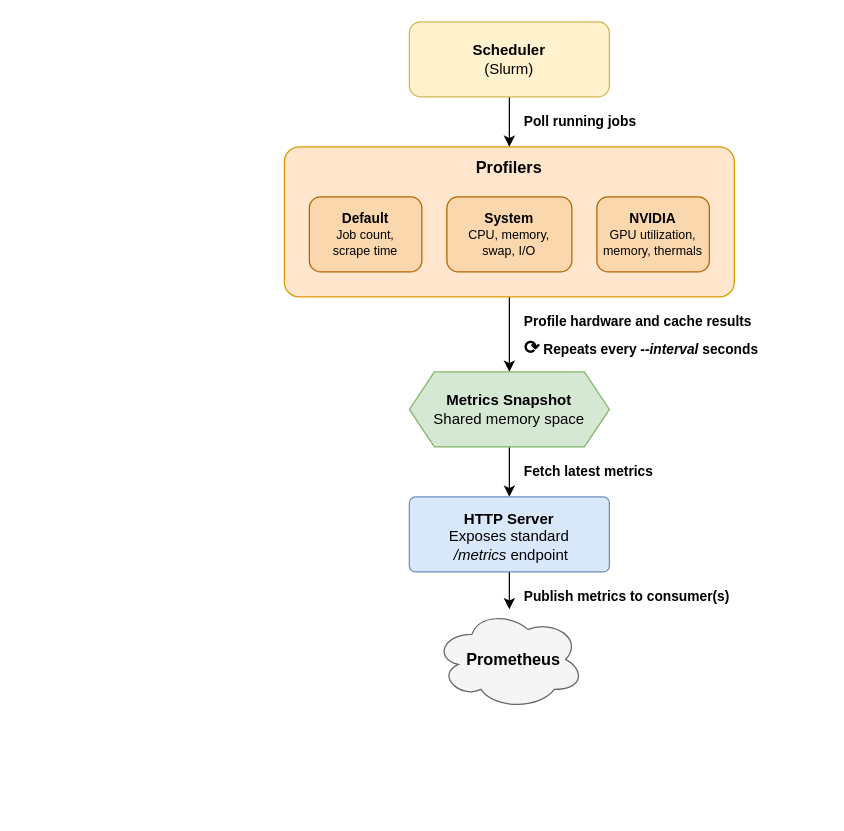
Above: assets/architecture.drawio in Better-HPC/hpc-node-exporter (draw.io), before the change. Source tidied: cells renumbered, new cells numbered last; positions are measured from the earlier drawing's top-left corner, leaving out a move shared by most shapes. Both pictures are drawn from the tidied source at 125%, with x=0, y=0 at pixel (284, 21).
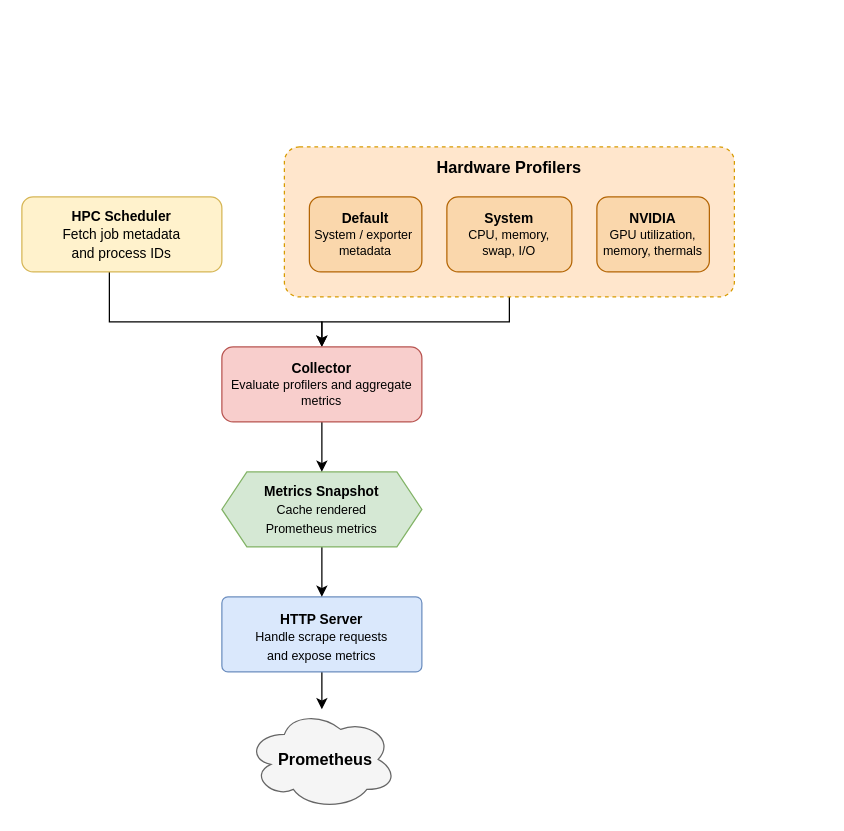
Above is the later version.

Change to the diagram source:
```diff
@@
 <mxGraphModel>
   <root>
     <mxCell id="0" />
     <mxCell id="1" parent="0" />
-    <mxCell id="2" style="edgeStyle=orthogonalEdgeStyle;rounded=0;jettySize=auto;html=1;" parent="1" edge="1" source="3" target="10">
-      <mxGeometry relative="1" as="geometry" />
-    </mxCell>
+    <mxCell id="19" style="edgeStyle=orthogonalEdgeStyle;rounded=0;jettySize=auto;html=1;" parent="1" edge="1" source="3" target="23">
+      <mxGeometry relative="1" as="geometry">
+        <Array as="points">
+          <mxPoint x="180" y="240" />
+          <mxPoint x="30" y="240" />
+        </Array>
+      </mxGeometry>
+    </mxCell>
-    <mxCell id="3" value="Profilers" style="rounded=1;whiteSpace=wrap;html=1;verticalAlign=top;fontStyle=1;fontSize=13;fillColor=#ffe6cc;strokeColor=#d79b00;arcSize=10;spacingTop=2;" parent="1" vertex="1">
+    <mxCell id="3" value="Hardware Profilers" style="rounded=1;whiteSpace=wrap;html=1;verticalAlign=top;fontStyle=1;fontSize=13;fillColor=#ffe6cc;strokeColor=#d79b00;arcSize=10;spacingTop=2;dashed=1;fillStyle=auto;" parent="1" vertex="1">
       <mxGeometry y="100" width="360" height="120" as="geometry" />
     </mxCell>
-    <mxCell id="4" value="&lt;b&gt;Default&lt;/b&gt;&lt;br&gt;&lt;font style=&quot;font-size:10px&quot;&gt;Job count,&lt;br&gt;scrape time&lt;/font&gt;" style="rounded=1;whiteSpace=wrap;html=1;fillColor=#fad7ac;strokeColor=#b46504;fontSize=11;" parent="1" vertex="1">
+    <mxCell id="4" value="&lt;b&gt;Default&lt;/b&gt;&lt;br&gt;&lt;div&gt;&lt;font style=&quot;font-size:10px&quot;&gt;System / exporter&amp;nbsp;&lt;/font&gt;&lt;/div&gt;&lt;div&gt;&lt;font style=&quot;font-size:10px&quot;&gt;metadata&lt;/font&gt;&lt;/div&gt;" style="rounded=1;whiteSpace=wrap;html=1;fillColor=#fad7ac;strokeColor=#b46504;fontSize=11;" parent="1" vertex="1">
       <mxGeometry x="20" y="140" width="90" height="60" as="geometry" />
     </mxCell>
     <mxCell id="5" value="&lt;b&gt;System&lt;/b&gt;&lt;br&gt;&lt;font style=&quot;font-size:10px&quot;&gt;CPU, memory,&lt;br&gt;swap, I/O&lt;/font&gt;" style="rounded=1;whiteSpace=wrap;html=1;fillColor=#fad7ac;strokeColor=#b46504;fontSize=11;" parent="1" vertex="1">
       <mxGeometry x="130" y="140" width="100" height="60" as="geometry" />
     </mxCell>
     <mxCell id="6" value="&lt;b&gt;NVIDIA&lt;/b&gt;&lt;br&gt;&lt;font style=&quot;font-size:10px&quot;&gt;GPU utilization,&lt;br&gt;memory, thermals&lt;/font&gt;" style="rounded=1;whiteSpace=wrap;html=1;fillColor=#fad7ac;strokeColor=#b46504;fontSize=11;" parent="1" vertex="1">
       <mxGeometry x="250" y="140" width="90" height="60" as="geometry" />
     </mxCell>
-    <mxCell id="7" style="edgeStyle=orthogonalEdgeStyle;rounded=0;jettySize=auto;html=1;" parent="1" edge="1" source="8" target="3">
-      <mxGeometry relative="1" as="geometry" />
+    <mxCell id="7" style="edgeStyle=orthogonalEdgeStyle;rounded=0;jettySize=auto;html=1;" parent="1" edge="1" source="8" target="23">
+      <mxGeometry relative="1" as="geometry">
+        <Array as="points">
+          <mxPoint x="-140" y="240" />
+          <mxPoint x="30" y="240" />
+        </Array>
+      </mxGeometry>
     </mxCell>
-    <mxCell id="8" value="&lt;b&gt;Scheduler&lt;/b&gt;&lt;br&gt;(Slurm)" style="rounded=1;whiteSpace=wrap;html=1;fillColor=#fff2cc;strokeColor=#d6b656;fontSize=12;" parent="1" vertex="1">
-      <mxGeometry x="100" width="160" height="60" as="geometry" />
+    <mxCell id="8" value="&lt;font style=&quot;font-size: 11px;&quot;&gt;&lt;b&gt;HPC&amp;nbsp;Scheduler&lt;/b&gt;&lt;/font&gt;&lt;div&gt;&lt;font style=&quot;font-size: 11px;&quot;&gt;Fetch job metadata&lt;/font&gt;&lt;/div&gt;&lt;div&gt;&lt;font style=&quot;font-size: 11px;&quot;&gt;and process IDs&lt;/font&gt;&lt;/div&gt;" style="rounded=1;whiteSpace=wrap;html=1;fillColor=#fff2cc;strokeColor=#d6b656;fontSize=12;" parent="1" vertex="1">
+      <mxGeometry x="-210" y="140" width="160" height="60" as="geometry" />
     </mxCell>
-    <mxCell id="9" style="edgeStyle=orthogonalEdgeStyle;rounded=0;jettySize=auto;html=1;" parent="1" edge="1" source="10" target="12">
-      <mxGeometry relative="1" as="geometry" />
-    </mxCell>
-    <mxCell id="10" value="&lt;b&gt;Metrics Snapshot&lt;/b&gt;&lt;br&gt;Shared memory space" style="shape=hexagon;perimeter=hexagonPerimeter2;whiteSpace=wrap;html=1;fixedSize=1;fillColor=#d5e8d4;strokeColor=#82b366;fontSize=12;size=20;" parent="1" vertex="1">
-      <mxGeometry x="100" y="280" width="160" height="60" as="geometry" />
-    </mxCell>
     <mxCell id="11" style="edgeStyle=orthogonalEdgeStyle;rounded=0;jettySize=auto;html=1;" parent="1" edge="1" source="12" target="14">
       <mxGeometry relative="1" as="geometry" />
     </mxCell>
-    <mxCell id="12" value="HTTP Server&lt;div&gt;&lt;span style=&quot;font-weight: normal;&quot;&gt;Exposes standard&lt;/span&gt;&lt;/div&gt;&lt;div&gt;&lt;span style=&quot;font-weight: normal;&quot;&gt;&lt;i&gt;&amp;nbsp;/metrics &lt;/i&gt;endpoint&lt;/span&gt;&lt;/div&gt;" style="rounded=1;whiteSpace=wrap;html=1;verticalAlign=top;fontStyle=1;fontSize=12;fillColor=#dae8fc;strokeColor=#6c8ebf;arcSize=8;spacingTop=4;" parent="1" vertex="1">
-      <mxGeometry x="100" y="380" width="160" height="60" as="geometry" />
+    <mxCell id="12" value="&lt;font style=&quot;font-size: 11px;&quot;&gt;HTTP Server&lt;/font&gt;&lt;div&gt;&lt;font style=&quot;font-size: 10px;&quot;&gt;&lt;span style=&quot;font-weight: normal;&quot;&gt;Handle scrape requests&lt;br&gt;and expose metrics&lt;/span&gt;&lt;/font&gt;&lt;/div&gt;" style="rounded=1;whiteSpace=wrap;html=1;verticalAlign=top;fontStyle=1;fontSize=12;fillColor=#dae8fc;strokeColor=#6c8ebf;arcSize=8;spacingTop=4;" parent="1" vertex="1">
+      <mxGeometry x="-50" y="460" width="160" height="60" as="geometry" />
     </mxCell>
-    <mxCell id="13" value="Profile hardware and cache results" style="text;html=1;align=left;verticalAlign=middle;fontSize=11;fontColor=#000000;fontStyle=1;" parent="1" vertex="1">
-      <mxGeometry x="190" y="230" width="240" height="20" as="geometry" />
-    </mxCell>
-    <mxCell id="14" value="&lt;b&gt;Prometheus&lt;/b&gt;" style="shape=cloud;whiteSpace=wrap;html=1;fillColor=#f5f5f5;strokeColor=#666666;fontSize=13;spacingLeft=7;" parent="1" vertex="1">
-      <mxGeometry x="120" y="470" width="120" height="80" as="geometry" />
+    <mxCell id="14" value="&lt;b&gt;Prometheus&lt;/b&gt;" style="shape=cloud;whiteSpace=wrap;html=1;fillColor=#f5f5f5;strokeColor=#666666;fontSize=13;spacingLeft=6;" parent="1" vertex="1">
+      <mxGeometry x="-30" y="550" width="120" height="80" as="geometry" />
     </mxCell>
-    <mxCell id="15" value="Poll running jobs" style="text;html=1;align=left;verticalAlign=middle;fontSize=11;fontColor=#000000;fontStyle=1;" parent="1" vertex="1">
-      <mxGeometry x="190" y="70" width="240" height="20" as="geometry" />
-    </mxCell>
-    <mxCell id="16" value="&lt;font style=&quot;font-size: 15px;&quot;&gt;⟳&lt;/font&gt; Repeats every &lt;i&gt;--interval&lt;/i&gt; seconds" style="text;html=1;align=left;verticalAlign=middle;fontSize=11;fontColor=#000000;fontStyle=1;" parent="1" vertex="1">
-      <mxGeometry x="190" y="250" width="240" height="20" as="geometry" />
-    </mxCell>
-    <mxCell id="17" value="Fetch latest metrics" style="text;html=1;align=left;verticalAlign=middle;fontSize=11;fontColor=#000000;fontStyle=1;" parent="1" vertex="1">
-      <mxGeometry x="190" y="350" width="240" height="20" as="geometry" />
-    </mxCell>
-    <mxCell id="18" value="&lt;div&gt;Publish metrics to consumer(s)&lt;/div&gt;" style="text;html=1;align=left;verticalAlign=middle;fontSize=11;fontColor=#000000;fontStyle=1;" parent="1" vertex="1">
-      <mxGeometry x="190" y="450" width="240" height="20" as="geometry" />
-    </mxCell>
+    <mxCell id="20" style="edgeStyle=orthogonalEdgeStyle;rounded=0;jettySize=auto;html=1;exitX=0.5;exitY=1;exitDx=0;exitDy=0;" parent="1" edge="1" source="21" target="12">
+      <mxGeometry relative="1" as="geometry" />
+    </mxCell>
+    <mxCell id="21" value="&lt;font style=&quot;font-size: 11px;&quot;&gt;&lt;b&gt;Metrics Snapshot&lt;/b&gt;&lt;br&gt;&lt;/font&gt;&lt;div&gt;&lt;font style=&quot;font-size: 10px;&quot;&gt;Cache rendered&lt;/font&gt;&lt;/div&gt;&lt;div&gt;&lt;font style=&quot;font-size: 10px;&quot;&gt;Prometheus metrics&lt;/font&gt;&lt;/div&gt;" style="shape=hexagon;perimeter=hexagonPerimeter2;whiteSpace=wrap;html=1;fixedSize=1;fillColor=#d5e8d4;strokeColor=#82b366;fontSize=12;size=20;" parent="1" vertex="1">
+      <mxGeometry x="-50" y="360" width="160" height="60" as="geometry" />
+    </mxCell>
+    <mxCell id="22" style="edgeStyle=orthogonalEdgeStyle;rounded=0;jettySize=auto;html=1;" parent="1" edge="1" source="23" target="21">
+      <mxGeometry relative="1" as="geometry" />
+    </mxCell>
+    <mxCell id="23" value="&lt;b&gt;Collector&lt;/b&gt;&lt;br&gt;&lt;div&gt;&lt;font style=&quot;font-size:10px&quot;&gt;Evaluate profilers&lt;/font&gt;&lt;font style=&quot;font-size:10px&quot;&gt;&amp;nbsp;and aggregate metrics&lt;/font&gt;&lt;/div&gt;" style="rounded=1;whiteSpace=wrap;html=1;fillColor=#f8cecc;strokeColor=#b85450;fontSize=11;" parent="1" vertex="1">
+      <mxGeometry x="-50" y="260" width="160" height="60" as="geometry" />
+    </mxCell>
   </root>
 </mxGraphModel>
```
